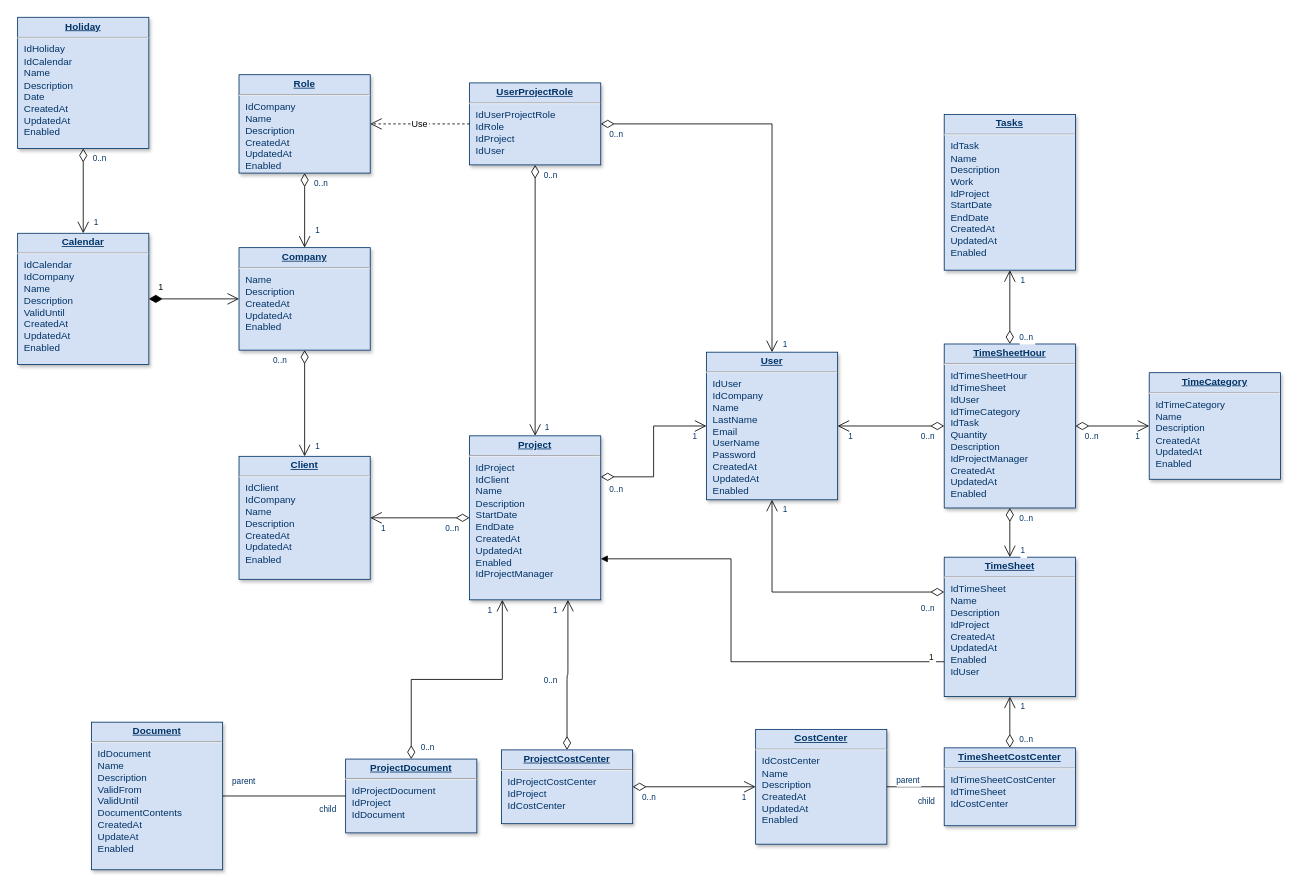
Diagmerc/pdf-finder keeps this draw.io diagram as PdfFinder.drawio. Above is the earlier version. Source tidied: cells renumbered, new cells numbered last; positions are measured from the earlier drawing's top-left corner, leaving out a move shared by most shapes. Both pictures are drawn from the tidied source at 82%, with x=0, y=0 at pixel (17, 17).
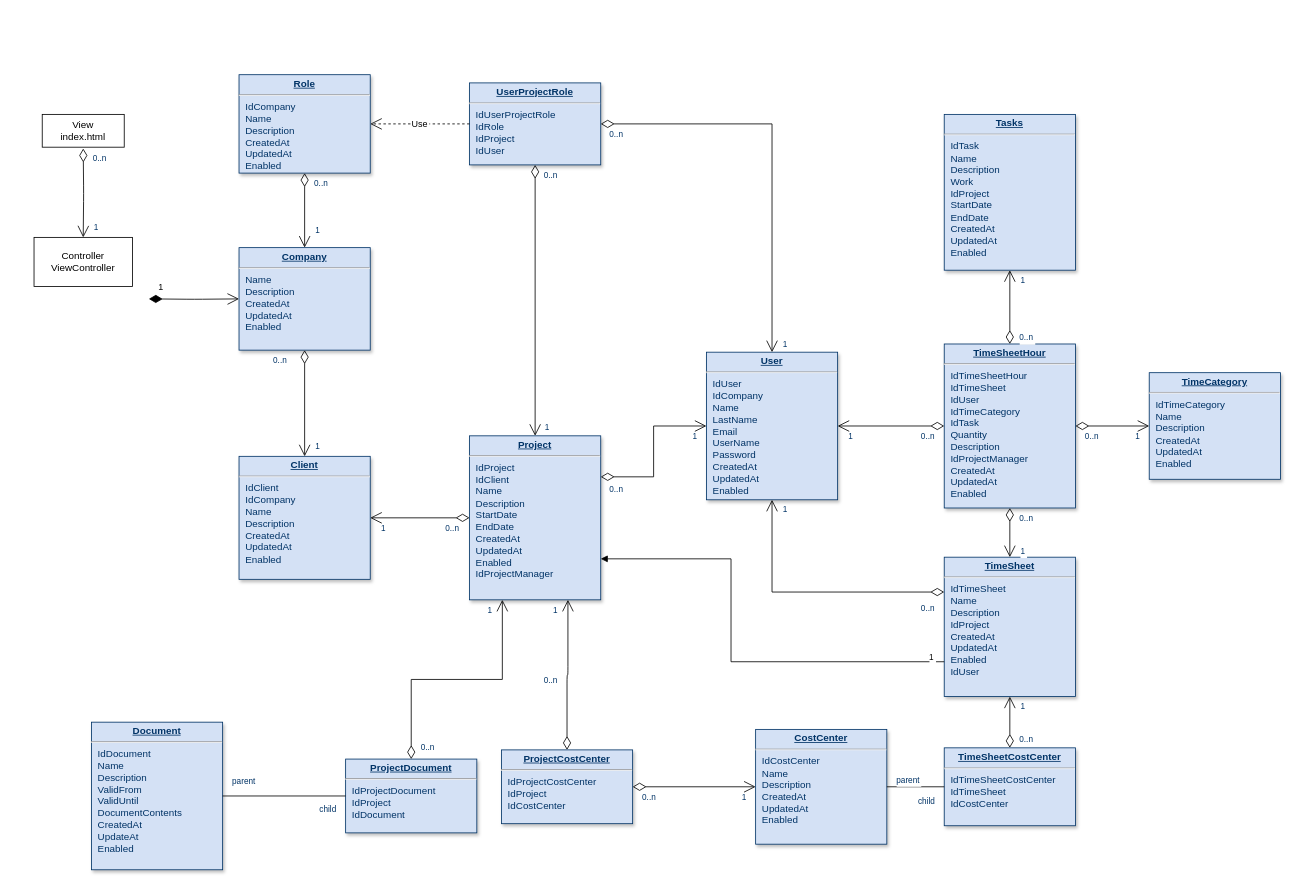
The same diagram, later.

The change refers to these unchanged cells:
```xml
<mxCell id="3" value="&lt;p style=&quot;margin: 0px; margin-top: 4px; text-align: center; text-decoration: underline;&quot;&gt;&lt;strong&gt;Company&lt;/strong&gt;&lt;/p&gt;&lt;hr /&gt;&lt;p style=&quot;margin: 0px; margin-left: 8px;&quot;&gt;Name&lt;/p&gt;&lt;p style=&quot;margin: 0px; margin-left: 8px;&quot;&gt;Description&lt;/p&gt;&lt;p style=&quot;margin: 0px; margin-left: 8px;&quot;&gt;CreatedAt&lt;/p&gt;&lt;p style=&quot;margin: 0px; margin-left: 8px;&quot;&gt;UpdatedAt&lt;/p&gt;&lt;p style=&quot;margin: 0px; margin-left: 8px;&quot;&gt;Enabled&lt;/p&gt;" style="verticalAlign=top;align=left;overflow=fill;fontSize=12;fontFamily=Helvetica;html=1;strokeColor=#003366;shadow=1;fillColor=#D4E1F5;fontColor=#003366;" parent="1" vertex="1">
  <mxGeometry x="270" y="280.5" width="160" height="125" as="geometry" />
</mxCell>
```

Diff of the diagram source:
```diff
@@
-    <mxCell id="4" value="&lt;p style=&quot;margin: 0px; margin-top: 4px; text-align: center; text-decoration: underline;&quot;&gt;&lt;strong&gt;Calendar&lt;/strong&gt;&lt;/p&gt;&lt;hr /&gt;&lt;p style=&quot;margin: 0px; margin-left: 8px;&quot;&gt;IdCalendar&lt;/p&gt;&lt;p style=&quot;margin: 0px; margin-left: 8px;&quot;&gt;IdCompany&lt;/p&gt;&lt;p style=&quot;margin: 0px; margin-left: 8px;&quot;&gt;Name&lt;/p&gt;&lt;p style=&quot;margin: 0px; margin-left: 8px;&quot;&gt;Description&lt;/p&gt;&lt;p style=&quot;margin: 0px; margin-left: 8px;&quot;&gt;ValidUntil&lt;/p&gt;&lt;p style=&quot;margin: 0px; margin-left: 8px;&quot;&gt;CreatedAt&lt;/p&gt;&lt;p style=&quot;margin: 0px; margin-left: 8px;&quot;&gt;UpdatedAt&lt;/p&gt;&lt;p style=&quot;margin: 0px; margin-left: 8px;&quot;&gt;Enabled&lt;/p&gt;" style="verticalAlign=top;align=left;overflow=fill;fontSize=12;fontFamily=Helvetica;html=1;strokeColor=#003366;shadow=1;fillColor=#D4E1F5;fontColor=#003366;" parent="1" vertex="1">
-      <mxGeometry y="263" width="160" height="160" as="geometry" />
-    </mxCell>
@@
-    <mxCell id="8" value="&lt;p style=&quot;margin: 0px; margin-top: 4px; text-align: center; text-decoration: underline;&quot;&gt;&lt;strong&gt;Holiday&lt;/strong&gt;&lt;/p&gt;&lt;hr /&gt;&lt;p style=&quot;margin: 0px; margin-left: 8px;&quot;&gt;IdHoliday&lt;/p&gt;&lt;p style=&quot;margin: 0px; margin-left: 8px;&quot;&gt;IdCalendar&lt;/p&gt;&lt;p style=&quot;margin: 0px; margin-left: 8px;&quot;&gt;Name&lt;/p&gt;&lt;p style=&quot;margin: 0px; margin-left: 8px;&quot;&gt;Description&lt;/p&gt;&lt;p style=&quot;margin: 0px; margin-left: 8px;&quot;&gt;Date&lt;/p&gt;&lt;p style=&quot;margin: 0px; margin-left: 8px;&quot;&gt;CreatedAt&lt;/p&gt;&lt;p style=&quot;margin: 0px; margin-left: 8px;&quot;&gt;UpdatedAt&lt;/p&gt;&lt;p style=&quot;margin: 0px; margin-left: 8px;&quot;&gt;Enabled&lt;/p&gt;" style="verticalAlign=top;align=left;overflow=fill;fontSize=12;fontFamily=Helvetica;html=1;strokeColor=#003366;shadow=1;fillColor=#D4E1F5;fontColor=#003366;" parent="1" vertex="1">
-      <mxGeometry y="-0.4" width="160" height="160" as="geometry" />
-    </mxCell>
@@
-    <mxCell id="61" style="endArrow=open;endSize=12;startArrow=diamondThin;startSize=14;startFill=0;edgeStyle=orthogonalEdgeStyle;" parent="1" edge="1" source="8" target="4">
-      <mxGeometry x="620" y="340" as="geometry" />
+    <mxCell id="61" style="endArrow=open;endSize=12;startArrow=diamondThin;startSize=14;startFill=0;edgeStyle=orthogonalEdgeStyle;" parent="1" edge="1" target="78">
+      <mxGeometry x="620" y="340" as="geometry">
+        <mxPoint x="80" y="159.6" as="sourcePoint" />
+      </mxGeometry>
     </mxCell>
@@
-    <mxCell id="68" value="1" style="endArrow=open;endSize=12;startArrow=diamondThin;startSize=14;startFill=1;edgeStyle=orthogonalEdgeStyle;align=left;verticalAlign=bottom;" parent="1" edge="1" source="4" target="3">
-      <mxGeometry x="-0.82" y="5" relative="1" as="geometry" />
+    <mxCell id="68" value="1" style="endArrow=open;endSize=12;startArrow=diamondThin;startSize=14;startFill=1;edgeStyle=orthogonalEdgeStyle;align=left;verticalAlign=bottom;" parent="1" edge="1" target="3">
+      <mxGeometry x="-0.82" y="5" relative="1" as="geometry">
+        <mxPoint x="160" y="343" as="sourcePoint" />
+      </mxGeometry>
     </mxCell>
@@
+    <mxCell id="77" value="View&lt;br&gt;index.html" style="whiteSpace=wrap;html=1;align=center;" parent="1" vertex="1">
+      <mxGeometry x="30" y="118" width="100" height="40" as="geometry" />
+    </mxCell>
+    <mxCell id="78" value="Controller&lt;br&gt;ViewController" style="rounded=0;whiteSpace=wrap;html=1;" parent="1" vertex="1">
+      <mxGeometry x="20" y="268" width="120" height="60" as="geometry" />
+    </mxCell>
```
